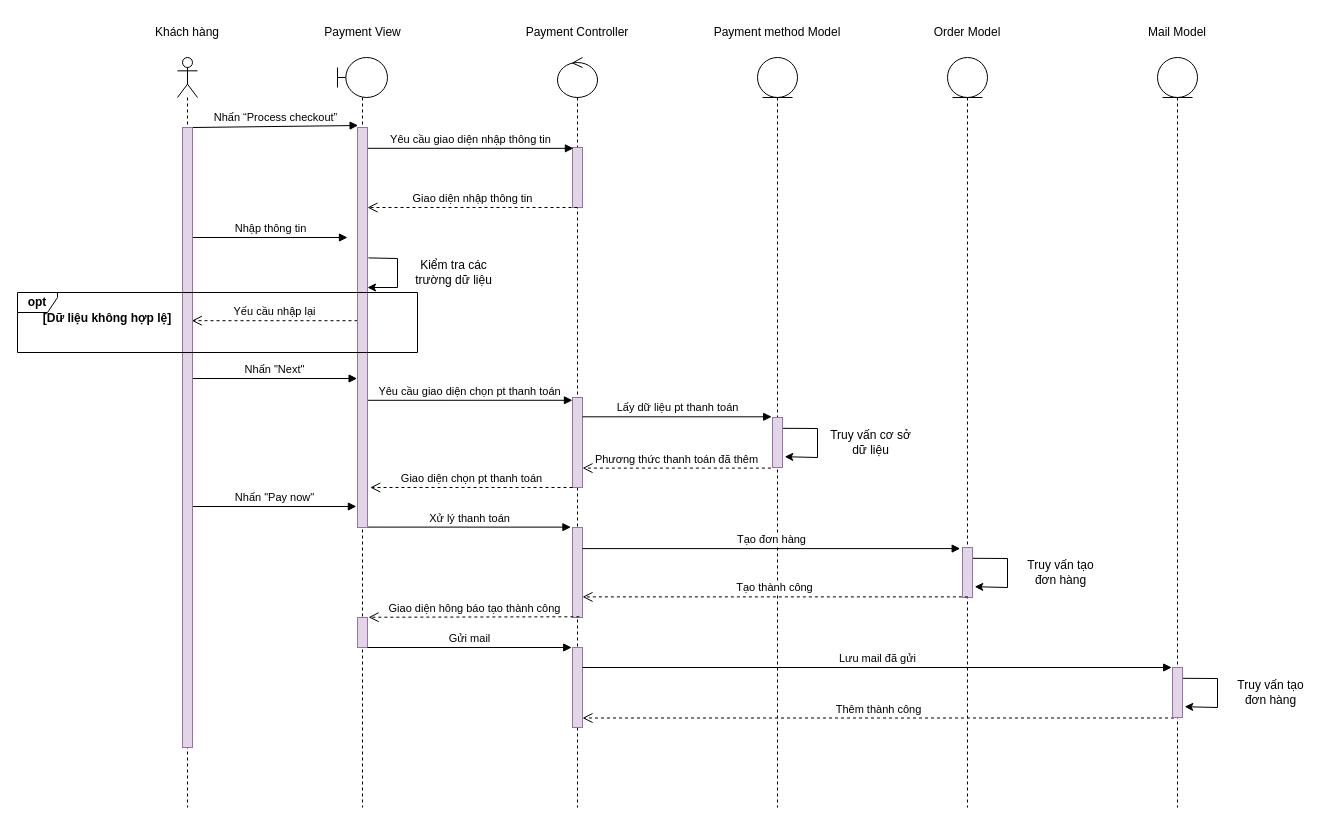
The draw.io diagram Nam3_HK1/CNPM_SoftTech/Sequence Diagrams/Minh Tuấn/SD_ThanhToan.drawio in EdgarIgnite16/SGU-Course, before the edit. Source tidied: cells renumbered, new cells numbered last; positions are measured from the earlier drawing's top-left corner, leaving out a move shared by most shapes. Both pictures are drawn from the tidied source at 100%, with x=0, y=0 at pixel (17, 17).
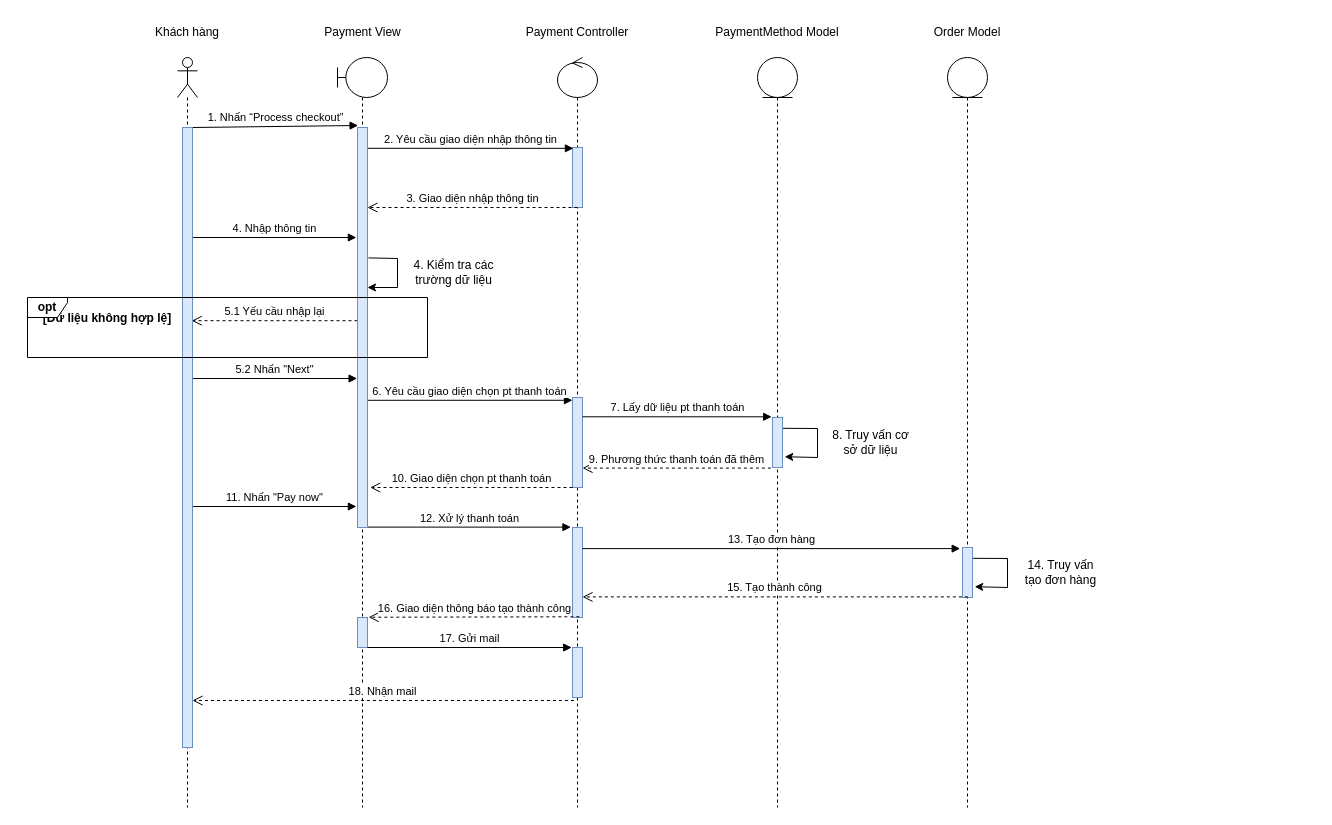
After the change.

Unchanged cells that the change refers to:
```xml
<mxCell id="2" style="shape=umlLifeline;participant=umlBoundary;perimeter=lifelinePerimeter;whiteSpace=wrap;html=1;verticalAlign=top;spacingTop=36;" parent="1" vertex="1">
  <mxGeometry x="320" y="40" width="50" height="750" as="geometry" />
</mxCell>
<mxCell id="7" style="shape=umlLifeline;participant=umlControl;perimeter=lifelinePerimeter;whiteSpace=wrap;html=1;verticalAlign=top;spacingTop=36;" parent="1" vertex="1">
  <mxGeometry x="540" y="40" width="40" height="750" as="geometry" />
</mxCell>
```

Change to the diagram source:
```diff
@@
-    <mxCell id="4" style="html=1;points=[];perimeter=orthogonalPerimeter;fillColor=#e1d5e7;strokeColor=#9673a6;" parent="2" vertex="1">
+    <mxCell id="4" style="html=1;points=[];perimeter=orthogonalPerimeter;fillColor=#dae8fc;strokeColor=#6c8ebf;" parent="2" vertex="1">
       <mxGeometry x="20" y="560" width="10" height="30" as="geometry" />
     </mxCell>
@@
-    <mxCell id="8" style="html=1;points=[];perimeter=orthogonalPerimeter;fillColor=#e1d5e7;strokeColor=#9673a6;" parent="7" vertex="1">
+    <mxCell id="8" style="html=1;points=[];perimeter=orthogonalPerimeter;fillColor=#dae8fc;strokeColor=#6c8ebf;" parent="7" vertex="1">
       <mxGeometry x="15" y="90" width="10" height="60" as="geometry" />
     </mxCell>
-    <mxCell id="9" style="html=1;points=[];perimeter=orthogonalPerimeter;fillColor=#e1d5e7;strokeColor=#9673a6;" parent="7" vertex="1">
+    <mxCell id="9" style="html=1;points=[];perimeter=orthogonalPerimeter;fillColor=#dae8fc;strokeColor=#6c8ebf;" parent="7" vertex="1">
       <mxGeometry x="15" y="340" width="10" height="90" as="geometry" />
     </mxCell>
-    <mxCell id="10" style="html=1;points=[];perimeter=orthogonalPerimeter;fillColor=#e1d5e7;strokeColor=#9673a6;" parent="7" vertex="1">
+    <mxCell id="10" style="html=1;points=[];perimeter=orthogonalPerimeter;fillColor=#dae8fc;strokeColor=#6c8ebf;" parent="7" vertex="1">
       <mxGeometry x="15" y="470" width="10" height="90" as="geometry" />
     </mxCell>
-    <mxCell id="11" style="html=1;points=[];perimeter=orthogonalPerimeter;fillColor=#e1d5e7;strokeColor=#9673a6;" parent="7" vertex="1">
-      <mxGeometry x="15" y="590" width="10" height="80" as="geometry" />
+    <mxCell id="11" style="html=1;points=[];perimeter=orthogonalPerimeter;fillColor=#dae8fc;strokeColor=#6c8ebf;" parent="7" vertex="1">
+      <mxGeometry x="15" y="590" width="10" height="50" as="geometry" />
     </mxCell>
@@
-    <mxCell id="16" value="Payment method Model" style="text;html=1;strokeColor=none;fillColor=none;align=center;verticalAlign=middle;whiteSpace=wrap;rounded=0;" parent="1" vertex="1">
+    <mxCell id="16" value="PaymentMethod Model" style="text;html=1;strokeColor=none;fillColor=none;align=center;verticalAlign=middle;whiteSpace=wrap;rounded=0;" parent="1" vertex="1">
       <mxGeometry x="690" width="140" height="30" as="geometry" />
     </mxCell>
@@
-    <mxCell id="19" value="Nhấn “Process checkout”" style="html=1;verticalAlign=bottom;endArrow=block;rounded=0;entryX=0.059;entryY=-0.004;entryDx=0;entryDy=0;entryPerimeter=0;" parent="1" edge="1">
+    <mxCell id="19" value="1. Nhấn “Process checkout”" style="html=1;verticalAlign=bottom;endArrow=block;rounded=0;entryX=0.059;entryY=-0.004;entryDx=0;entryDy=0;entryPerimeter=0;" parent="1" edge="1">
       <mxGeometry relative="1" as="geometry">
         <mxPoint x="175" y="110" as="sourcePoint" />
         <mxPoint x="340.6" y="108" as="targetPoint" />
       </mxGeometry>
     </mxCell>
-    <mxCell id="20" value="Yêu cầu giao diện nhập thông tin" style="html=1;verticalAlign=bottom;endArrow=block;rounded=0;entryX=0.091;entryY=0.014;entryDx=0;entryDy=0;entryPerimeter=0;" parent="1" edge="1" target="8">
+    <mxCell id="20" value="2. Yêu cầu giao diện nhập thông tin" style="html=1;verticalAlign=bottom;endArrow=block;rounded=0;entryX=0.091;entryY=0.014;entryDx=0;entryDy=0;entryPerimeter=0;" parent="1" edge="1" target="8">
       <mxGeometry relative="1" as="geometry">
         <mxPoint x="350" y="130.8" as="sourcePoint" />
       </mxGeometry>
     </mxCell>
-    <mxCell id="21" value="Giao diện nhập thông tin" style="html=1;verticalAlign=bottom;endArrow=open;dashed=1;endSize=8;rounded=0;exitX=0.5;exitY=1;exitDx=0;exitDy=0;exitPerimeter=0;" parent="1" edge="1" source="8">
+    <mxCell id="21" value="3. Giao diện nhập thông tin" style="html=1;verticalAlign=bottom;endArrow=open;dashed=1;endSize=8;rounded=0;exitX=0.5;exitY=1;exitDx=0;exitDy=0;exitPerimeter=0;" parent="1" edge="1" source="8">
       <mxGeometry relative="1" as="geometry">
         <mxPoint x="350" y="190" as="targetPoint" />
       </mxGeometry>
     </mxCell>
-    <mxCell id="22" value="Nhập thông tin" style="html=1;verticalAlign=bottom;endArrow=block;rounded=0;" parent="1" edge="1">
+    <mxCell id="22" value="4. Nhập thông tin" style="html=1;verticalAlign=bottom;endArrow=block;rounded=0;entryX=-0.114;entryY=0.275;entryDx=0;entryDy=0;entryPerimeter=0;" parent="1" edge="1" target="41">
       <mxGeometry relative="1" as="geometry">
         <mxPoint x="175" y="220" as="sourcePoint" />
-        <mxPoint x="330" y="220" as="targetPoint" />
       </mxGeometry>
     </mxCell>
-    <mxCell id="23" value="Kiểm tra các trường dữ liệu" style="text;html=1;strokeColor=none;fillColor=none;align=center;verticalAlign=middle;whiteSpace=wrap;rounded=0;" parent="1" vertex="1">
+    <mxCell id="23" value="4. Kiểm tra các trường dữ liệu" style="text;html=1;strokeColor=none;fillColor=none;align=center;verticalAlign=middle;whiteSpace=wrap;rounded=0;" parent="1" vertex="1">
       <mxGeometry x="393" y="240" width="87" height="30" as="geometry" />
     </mxCell>
-    <mxCell id="24" value="Yếu cầu nhập lại" style="html=1;verticalAlign=bottom;endArrow=open;dashed=1;endSize=8;rounded=0;entryX=0.93;entryY=0.411;entryDx=0;entryDy=0;entryPerimeter=0;" parent="1" edge="1">
+    <mxCell id="24" value="5.1 Yếu cầu nhập lại" style="html=1;verticalAlign=bottom;endArrow=open;dashed=1;endSize=8;rounded=0;entryX=0.93;entryY=0.411;entryDx=0;entryDy=0;entryPerimeter=0;" parent="1" edge="1">
       <mxGeometry relative="1" as="geometry">
         <mxPoint x="340" y="303.2" as="sourcePoint" />
         <mxPoint x="174.3" y="303.2" as="targetPoint" />
       </mxGeometry>
     </mxCell>
@@
-    <mxCell id="26" value="Nhấn &quot;Next&quot;" style="html=1;verticalAlign=bottom;endArrow=block;rounded=0;entryX=-0.037;entryY=0.502;entryDx=0;entryDy=0;entryPerimeter=0;" parent="1" edge="1">
+    <mxCell id="26" value="5.2 Nhấn &quot;Next&quot;" style="html=1;verticalAlign=bottom;endArrow=block;rounded=0;entryX=-0.037;entryY=0.502;entryDx=0;entryDy=0;entryPerimeter=0;" parent="1" edge="1">
       <mxGeometry relative="1" as="geometry">
         <mxPoint x="175" y="361" as="sourcePoint" />
         <mxPoint x="339.6" y="361" as="targetPoint" />
       </mxGeometry>
     </mxCell>
-    <mxCell id="27" value="Yêu cầu giao diện chọn pt thanh toán" style="html=1;verticalAlign=bottom;endArrow=block;rounded=0;entryX=-0.004;entryY=0.031;entryDx=0;entryDy=0;entryPerimeter=0;" parent="1" edge="1" target="9">
+    <mxCell id="27" value="6. Yêu cầu giao diện chọn pt thanh toán" style="html=1;verticalAlign=bottom;endArrow=block;rounded=0;entryX=-0.004;entryY=0.031;entryDx=0;entryDy=0;entryPerimeter=0;" parent="1" edge="1" target="9">
       <mxGeometry relative="1" as="geometry">
         <mxPoint x="350" y="382.8" as="sourcePoint" />
       </mxGeometry>
     </mxCell>
-    <mxCell id="28" value="Lấy dữ liệu pt thanh toán" style="html=1;verticalAlign=bottom;endArrow=block;rounded=0;entryX=-0.081;entryY=-0.009;entryDx=0;entryDy=0;entryPerimeter=0;" parent="1" edge="1" source="9">
+    <mxCell id="28" value="7. Lấy dữ liệu pt thanh toán" style="html=1;verticalAlign=bottom;endArrow=block;rounded=0;entryX=-0.081;entryY=-0.009;entryDx=0;entryDy=0;entryPerimeter=0;" parent="1" edge="1" source="9">
       <mxGeometry relative="1" as="geometry">
         <mxPoint x="754.2" y="399.3" as="targetPoint" />
       </mxGeometry>
     </mxCell>
-    <mxCell id="29" value="Phương thức thanh toán đã thêm" style="html=1;verticalAlign=bottom;endArrow=open;dashed=1;endSize=8;rounded=0;exitX=-0.158;exitY=0.633;exitDx=0;exitDy=0;exitPerimeter=0;" parent="1" edge="1" target="9">
+    <mxCell id="29" value="9. Phương thức thanh toán đã thêm" style="html=1;verticalAlign=bottom;endArrow=open;dashed=1;endSize=8;rounded=0;exitX=-0.158;exitY=0.633;exitDx=0;exitDy=0;exitPerimeter=0;" parent="1" edge="1" target="9">
       <mxGeometry relative="1" as="geometry">
         <mxPoint x="753.4" y="450.6" as="sourcePoint" />
       </mxGeometry>
     </mxCell>
-    <mxCell id="30" value="Truy vấn cơ sở dữ liệu" style="text;html=1;strokeColor=none;fillColor=none;align=center;verticalAlign=middle;whiteSpace=wrap;rounded=0;" parent="1" vertex="1">
+    <mxCell id="30" value="8. Truy vấn cơ sở dữ liệu" style="text;html=1;strokeColor=none;fillColor=none;align=center;verticalAlign=middle;whiteSpace=wrap;rounded=0;" parent="1" vertex="1">
       <mxGeometry x="810" y="410" width="87" height="30" as="geometry" />
     </mxCell>
-    <mxCell id="31" value="Giao diện chọn pt thanh toán" style="html=1;verticalAlign=bottom;endArrow=open;dashed=1;endSize=8;rounded=0;entryX=1.266;entryY=0.72;entryDx=0;entryDy=0;entryPerimeter=0;" parent="1" edge="1" source="9">
+    <mxCell id="31" value="10. Giao diện chọn pt thanh toán" style="html=1;verticalAlign=bottom;endArrow=open;dashed=1;endSize=8;rounded=0;entryX=1.266;entryY=0.72;entryDx=0;entryDy=0;entryPerimeter=0;" parent="1" edge="1" source="9">
       <mxGeometry relative="1" as="geometry">
         <mxPoint x="352.7" y="470" as="targetPoint" />
       </mxGeometry>
     </mxCell>
-    <mxCell id="32" style="html=1;perimeter=orthogonalPerimeter;fillColor=#e1d5e7;strokeColor=#9673a6;" parent="1" vertex="1">
+    <mxCell id="32" style="html=1;perimeter=orthogonalPerimeter;fillColor=#dae8fc;strokeColor=#6c8ebf;" parent="1" vertex="1">
       <mxGeometry x="755" y="400" width="10" height="50" as="geometry" />
     </mxCell>
-    <mxCell id="33" value="Nhấn &quot;Pay now&quot;" style="html=1;verticalAlign=bottom;endArrow=block;rounded=0;entryX=-0.114;entryY=0.758;entryDx=0;entryDy=0;entryPerimeter=0;" parent="1" edge="1">
+    <mxCell id="33" value="11. Nhấn &quot;Pay now&quot;" style="html=1;verticalAlign=bottom;endArrow=block;rounded=0;entryX=-0.114;entryY=0.758;entryDx=0;entryDy=0;entryPerimeter=0;" parent="1" edge="1">
       <mxGeometry relative="1" as="geometry">
         <mxPoint x="175" y="489" as="sourcePoint" />
         <mxPoint x="338.9" y="489" as="targetPoint" />
       </mxGeometry>
     </mxCell>
-    <mxCell id="34" value="Xử lý thanh toán" style="html=1;verticalAlign=bottom;endArrow=block;rounded=0;entryX=-0.158;entryY=-0.004;entryDx=0;entryDy=0;entryPerimeter=0;" parent="1" edge="1" target="10">
+    <mxCell id="34" value="12. Xử lý thanh toán" style="html=1;verticalAlign=bottom;endArrow=block;rounded=0;entryX=-0.158;entryY=-0.004;entryDx=0;entryDy=0;entryPerimeter=0;" parent="1" edge="1" target="10">
       <mxGeometry relative="1" as="geometry">
         <mxPoint x="350" y="509.6" as="sourcePoint" />
       </mxGeometry>
     </mxCell>
-    <mxCell id="35" value="Tạo đơn hàng" style="html=1;verticalAlign=bottom;endArrow=block;rounded=0;entryX=-0.231;entryY=0.022;entryDx=0;entryDy=0;entryPerimeter=0;" parent="1" edge="1" source="10" target="38">
+    <mxCell id="35" value="13. Tạo đơn hàng" style="html=1;verticalAlign=bottom;endArrow=block;rounded=0;entryX=-0.231;entryY=0.022;entryDx=0;entryDy=0;entryPerimeter=0;" parent="1" edge="1" source="10" target="38">
       <mxGeometry relative="1" as="geometry" />
     </mxCell>
@@
-    <mxCell id="37" value="Truy vấn tạo đơn hàng" style="text;html=1;strokeColor=none;fillColor=none;align=center;verticalAlign=middle;whiteSpace=wrap;rounded=0;" parent="1" vertex="1">
+    <mxCell id="37" value="14. Truy vấn tạo đơn hàng" style="text;html=1;strokeColor=none;fillColor=none;align=center;verticalAlign=middle;whiteSpace=wrap;rounded=0;" parent="1" vertex="1">
       <mxGeometry x="1000" y="540" width="87" height="30" as="geometry" />
     </mxCell>
-    <mxCell id="38" style="html=1;points=[];perimeter=orthogonalPerimeter;fillColor=#e1d5e7;strokeColor=#9673a6;" parent="1" vertex="1">
+    <mxCell id="38" style="html=1;points=[];perimeter=orthogonalPerimeter;fillColor=#dae8fc;strokeColor=#6c8ebf;" parent="1" vertex="1">
       <mxGeometry x="945" y="530" width="10" height="50" as="geometry" />
     </mxCell>
-    <mxCell id="39" value="Tạo thành công" style="html=1;verticalAlign=bottom;endArrow=open;dashed=1;endSize=8;rounded=0;exitX=0.536;exitY=0.988;exitDx=0;exitDy=0;exitPerimeter=0;" parent="1" edge="1" source="38" target="10">
+    <mxCell id="39" value="15. Tạo thành công" style="html=1;verticalAlign=bottom;endArrow=open;dashed=1;endSize=8;rounded=0;exitX=0.536;exitY=0.988;exitDx=0;exitDy=0;exitPerimeter=0;" parent="1" edge="1" source="38" target="10">
       <mxGeometry relative="1" as="geometry" />
     </mxCell>
-    <mxCell id="40" value="Giao diện hông báo tạo thành công" style="html=1;verticalAlign=bottom;endArrow=open;dashed=1;endSize=8;rounded=0;exitX=0.685;exitY=0.992;exitDx=0;exitDy=0;exitPerimeter=0;entryX=1.112;entryY=-0.009;entryDx=0;entryDy=0;entryPerimeter=0;" parent="1" edge="1" source="10" target="4">
+    <mxCell id="40" value="16. Giao diện thông báo tạo thành công" style="html=1;verticalAlign=bottom;endArrow=open;dashed=1;endSize=8;rounded=0;exitX=0.685;exitY=0.992;exitDx=0;exitDy=0;exitPerimeter=0;entryX=1.112;entryY=-0.009;entryDx=0;entryDy=0;entryPerimeter=0;" parent="1" edge="1" source="10" target="4">
       <mxGeometry relative="1" as="geometry" />
     </mxCell>
-    <mxCell id="41" style="html=1;points=[];perimeter=orthogonalPerimeter;fillColor=#e1d5e7;strokeColor=#9673a6;" parent="1" vertex="1">
+    <mxCell id="41" style="html=1;points=[];perimeter=orthogonalPerimeter;fillColor=#dae8fc;strokeColor=#6c8ebf;" parent="1" vertex="1">
       <mxGeometry x="340" y="110" width="10" height="400" as="geometry" />
     </mxCell>
-    <mxCell id="42" style="html=1;points=[];perimeter=orthogonalPerimeter;fillColor=#e1d5e7;strokeColor=#9673a6;" parent="1" vertex="1">
+    <mxCell id="42" style="html=1;points=[];perimeter=orthogonalPerimeter;fillColor=#dae8fc;strokeColor=#6c8ebf;" parent="1" vertex="1">
       <mxGeometry x="165" y="110" width="10" height="620" as="geometry" />
     </mxCell>
     <mxCell id="43" value="&lt;b&gt;opt&lt;/b&gt;" style="shape=umlFrame;whiteSpace=wrap;html=1;width=40;height=20;" parent="1" vertex="1">
-      <mxGeometry y="275" width="400" height="60" as="geometry" />
+      <mxGeometry x="10" y="280" width="400" height="60" as="geometry" />
     </mxCell>
-    <mxCell id="44" value="Gửi mail" style="html=1;verticalAlign=bottom;endArrow=block;rounded=0;entryX=-0.081;entryY=0;entryDx=0;entryDy=0;entryPerimeter=0;" parent="1" edge="1" source="4" target="11">
+    <mxCell id="44" value="17. Gửi mail" style="html=1;verticalAlign=bottom;endArrow=block;rounded=0;entryX=-0.081;entryY=0;entryDx=0;entryDy=0;entryPerimeter=0;" parent="1" edge="1" source="4" target="11">
       <mxGeometry relative="1" as="geometry" />
     </mxCell>
-    <mxCell id="45" style="shape=umlLifeline;participant=umlEntity;perimeter=lifelinePerimeter;whiteSpace=wrap;html=1;verticalAlign=top;spacingTop=36;" parent="1" vertex="1">
-      <mxGeometry x="1140" y="40" width="40" height="750" as="geometry" />
-    </mxCell>
-    <mxCell id="46" value="Mail Model" style="text;html=1;strokeColor=none;fillColor=none;align=center;verticalAlign=middle;whiteSpace=wrap;rounded=0;" parent="1" vertex="1">
-      <mxGeometry x="1115" width="90" height="30" as="geometry" />
-    </mxCell>
-    <mxCell id="47" value="Lưu mail đã gửi" style="html=1;verticalAlign=bottom;endArrow=block;rounded=0;entryX=-0.081;entryY=-0.001;entryDx=0;entryDy=0;entryPerimeter=0;" parent="1" edge="1" source="11">
-      <mxGeometry relative="1" as="geometry">
-        <mxPoint x="1154.2" y="650" as="targetPoint" />
-      </mxGeometry>
-    </mxCell>
-    <mxCell id="48" value="Thêm thành công" style="html=1;verticalAlign=bottom;endArrow=open;dashed=1;endSize=8;rounded=0;exitX=0.149;exitY=1.009;exitDx=0;exitDy=0;exitPerimeter=0;" parent="1" edge="1" target="11">
-      <mxGeometry relative="1" as="geometry">
-        <mxPoint x="1156.5" y="700.5" as="sourcePoint" />
-      </mxGeometry>
-    </mxCell>
-    <mxCell id="49" style="endArrow=classic;html=1;rounded=0;exitX=0.915;exitY=0.135;exitDx=0;exitDy=0;exitPerimeter=0;entryX=1.222;entryY=0.49;entryDx=0;entryDy=0;entryPerimeter=0;" parent="1" edge="1">
-      <mxGeometry relative="1" as="geometry">
-        <mxPoint x="1164.2" y="660.8" as="sourcePoint" />
-        <mxPoint x="1167.2" y="689.2" as="targetPoint" />
-        <Array as="points">
-          <mxPoint x="1200" y="661" />
-          <mxPoint x="1200" y="690" />
-        </Array>
-      </mxGeometry>
-    </mxCell>
-    <mxCell id="50" value="Truy vấn tạo đơn hàng" style="text;html=1;strokeColor=none;fillColor=none;align=center;verticalAlign=middle;whiteSpace=wrap;rounded=0;" parent="1" vertex="1">
-      <mxGeometry x="1210" y="660" width="87" height="30" as="geometry" />
-    </mxCell>
-    <mxCell id="51" style="html=1;perimeter=orthogonalPerimeter;fillColor=#e1d5e7;strokeColor=#9673a6;" parent="1" vertex="1">
-      <mxGeometry x="1155" y="650" width="10" height="50" as="geometry" />
-    </mxCell>
+    <mxCell id="52" value="18. Nhận mail" style="html=1;verticalAlign=bottom;endArrow=open;dashed=1;endSize=8;rounded=0;exitX=0.145;exitY=1.06;exitDx=0;exitDy=0;exitPerimeter=0;" parent="1" edge="1" source="11" target="42">
+      <mxGeometry relative="1" as="geometry" />
+    </mxCell>
```
